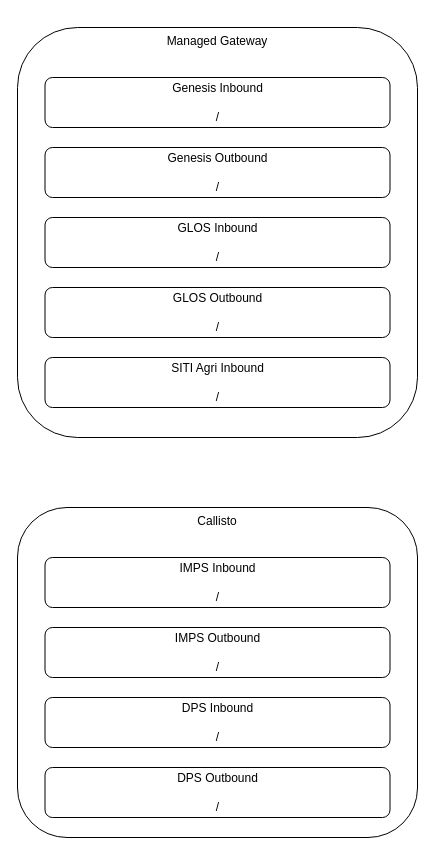
Above: Payments/mg-callisto.drawio in DEFRA/ffc-diagrams (draw.io), before the change. Source tidied: cells renumbered, new cells numbered last; positions are measured from the earlier drawing's top-left corner, leaving out a move shared by most shapes. Both pictures are drawn from the tidied source at 100%, with x=0, y=0 at pixel (17, 27).
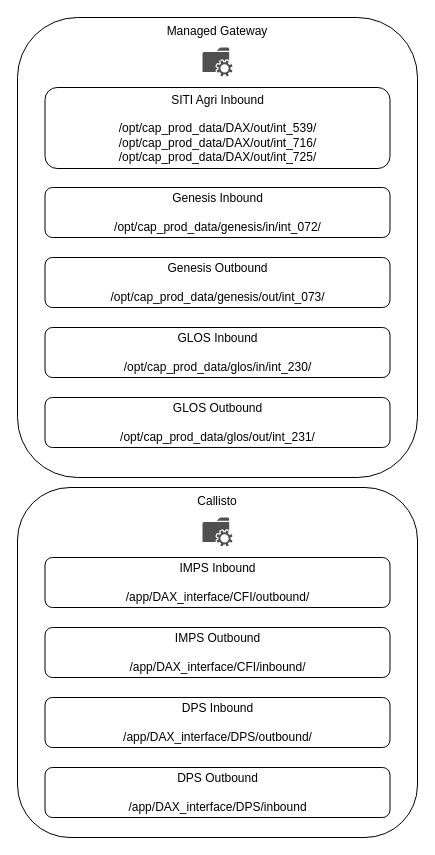
The same diagram, later.

The edit, as a diff of the source:
```diff
@@
 <mxGraphModel>
   <root>
     <mxCell id="0" />
     <mxCell id="1" parent="0" />
     <mxCell id="2" value="Managed Gateway" style="rounded=1;whiteSpace=wrap;html=1;verticalAlign=top;" parent="1" vertex="1">
-      <mxGeometry width="400" height="410" as="geometry" />
+      <mxGeometry y="-10" width="400" height="460" as="geometry" />
     </mxCell>
-    <mxCell id="3" value="Genesis Inbound&lt;br&gt;&lt;br&gt;/" style="rounded=1;whiteSpace=wrap;html=1;" parent="1" vertex="1">
-      <mxGeometry x="27.5" y="50" width="345" height="50" as="geometry" />
+    <mxCell id="3" value="Genesis Inbound&lt;br&gt;&lt;br&gt;/opt/cap_prod_data/genesis/in/int_072/" style="rounded=1;whiteSpace=wrap;html=1;" parent="1" vertex="1">
+      <mxGeometry x="27.5" y="160" width="345" height="50" as="geometry" />
     </mxCell>
-    <mxCell id="4" value="GLOS Inbound&lt;br&gt;&lt;br&gt;/" style="rounded=1;whiteSpace=wrap;html=1;" parent="1" vertex="1">
-      <mxGeometry x="27.5" y="190" width="345" height="50" as="geometry" />
+    <mxCell id="4" value="GLOS Inbound&lt;br&gt;&lt;br&gt;/opt/cap_prod_data/glos/in/int_230/" style="rounded=1;whiteSpace=wrap;html=1;" parent="1" vertex="1">
+      <mxGeometry x="27.5" y="300" width="345" height="50" as="geometry" />
     </mxCell>
-    <mxCell id="5" value="SITI Agri Inbound&lt;br&gt;&lt;br&gt;/" style="rounded=1;whiteSpace=wrap;html=1;" parent="1" vertex="1">
-      <mxGeometry x="27.5" y="330" width="345" height="50" as="geometry" />
+    <mxCell id="5" value="SITI Agri Inbound&lt;br&gt;&lt;br&gt;/opt/cap_prod_data/DAX/out/int_539/&lt;br&gt;/opt/cap_prod_data/DAX/out/int_716/&lt;br&gt;/opt/cap_prod_data/DAX/out/int_725/" style="rounded=1;whiteSpace=wrap;html=1;" parent="1" vertex="1">
+      <mxGeometry x="27.5" y="60" width="345" height="81" as="geometry" />
     </mxCell>
-    <mxCell id="6" value="Genesis Outbound&lt;br&gt;&lt;br&gt;/" style="rounded=1;whiteSpace=wrap;html=1;" parent="1" vertex="1">
-      <mxGeometry x="27.5" y="120" width="345" height="50" as="geometry" />
+    <mxCell id="6" value="Genesis Outbound&lt;br&gt;&lt;br&gt;/opt/cap_prod_data/genesis/out/int_073/" style="rounded=1;whiteSpace=wrap;html=1;" parent="1" vertex="1">
+      <mxGeometry x="27.5" y="230" width="345" height="50" as="geometry" />
     </mxCell>
-    <mxCell id="7" value="GLOS Outbound&lt;br&gt;&lt;br&gt;/" style="rounded=1;whiteSpace=wrap;html=1;" parent="1" vertex="1">
-      <mxGeometry x="27.5" y="260" width="345" height="50" as="geometry" />
+    <mxCell id="7" value="GLOS Outbound&lt;br&gt;&lt;br&gt;/opt/cap_prod_data/glos/out/int_231/" style="rounded=1;whiteSpace=wrap;html=1;" parent="1" vertex="1">
+      <mxGeometry x="27.5" y="370" width="345" height="50" as="geometry" />
     </mxCell>
     <mxCell id="8" value="Callisto" style="rounded=1;whiteSpace=wrap;html=1;verticalAlign=top;" parent="1" vertex="1">
-      <mxGeometry y="480" width="400" height="330" as="geometry" />
+      <mxGeometry y="460" width="400" height="350" as="geometry" />
     </mxCell>
-    <mxCell id="9" value="IMPS Inbound&lt;br&gt;&lt;br&gt;/" style="rounded=1;whiteSpace=wrap;html=1;" parent="1" vertex="1">
+    <mxCell id="9" value="IMPS Inbound&lt;br&gt;&lt;br&gt;/app/DAX_interface/CFI/outbound/" style="rounded=1;whiteSpace=wrap;html=1;" parent="1" vertex="1">
       <mxGeometry x="27.5" y="530" width="345" height="50" as="geometry" />
     </mxCell>
-    <mxCell id="10" value="DPS Inbound&lt;br&gt;&lt;br&gt;/" style="rounded=1;whiteSpace=wrap;html=1;" parent="1" vertex="1">
+    <mxCell id="10" value="DPS Inbound&lt;br&gt;&lt;br&gt;/app/DAX_interface/DPS/outbound/" style="rounded=1;whiteSpace=wrap;html=1;" parent="1" vertex="1">
       <mxGeometry x="27.5" y="670" width="345" height="50" as="geometry" />
     </mxCell>
-    <mxCell id="11" value="IMPS Outbound&lt;br&gt;&lt;br&gt;/" style="rounded=1;whiteSpace=wrap;html=1;" parent="1" vertex="1">
+    <mxCell id="11" value="IMPS Outbound&lt;br&gt;&lt;br&gt;/app/DAX_interface/CFI/inbound/" style="rounded=1;whiteSpace=wrap;html=1;" parent="1" vertex="1">
       <mxGeometry x="27.5" y="600" width="345" height="50" as="geometry" />
     </mxCell>
-    <mxCell id="12" value="DPS Outbound&lt;br&gt;&lt;br&gt;/" style="rounded=1;whiteSpace=wrap;html=1;" parent="1" vertex="1">
+    <mxCell id="12" value="DPS Outbound&lt;br&gt;&lt;br&gt;/app/DAX_interface/DPS/inbound" style="rounded=1;whiteSpace=wrap;html=1;" parent="1" vertex="1">
       <mxGeometry x="27.5" y="740" width="345" height="50" as="geometry" />
     </mxCell>
+    <mxCell id="13" style="sketch=0;shadow=0;dashed=0;html=1;strokeColor=none;fillColor=#505050;labelPosition=center;verticalLabelPosition=bottom;verticalAlign=top;align=center;shape=mxgraph.office.services.network_file_share_service;" parent="1" vertex="1">
+      <mxGeometry x="185" y="20" width="30" height="28.9" as="geometry" />
+    </mxCell>
+    <mxCell id="14" style="sketch=0;shadow=0;dashed=0;html=1;strokeColor=none;fillColor=#505050;labelPosition=center;verticalLabelPosition=bottom;verticalAlign=top;align=center;shape=mxgraph.office.services.network_file_share_service;" parent="1" vertex="1">
+      <mxGeometry x="185" y="490" width="30" height="28.9" as="geometry" />
+    </mxCell>
   </root>
 </mxGraphModel>
```
